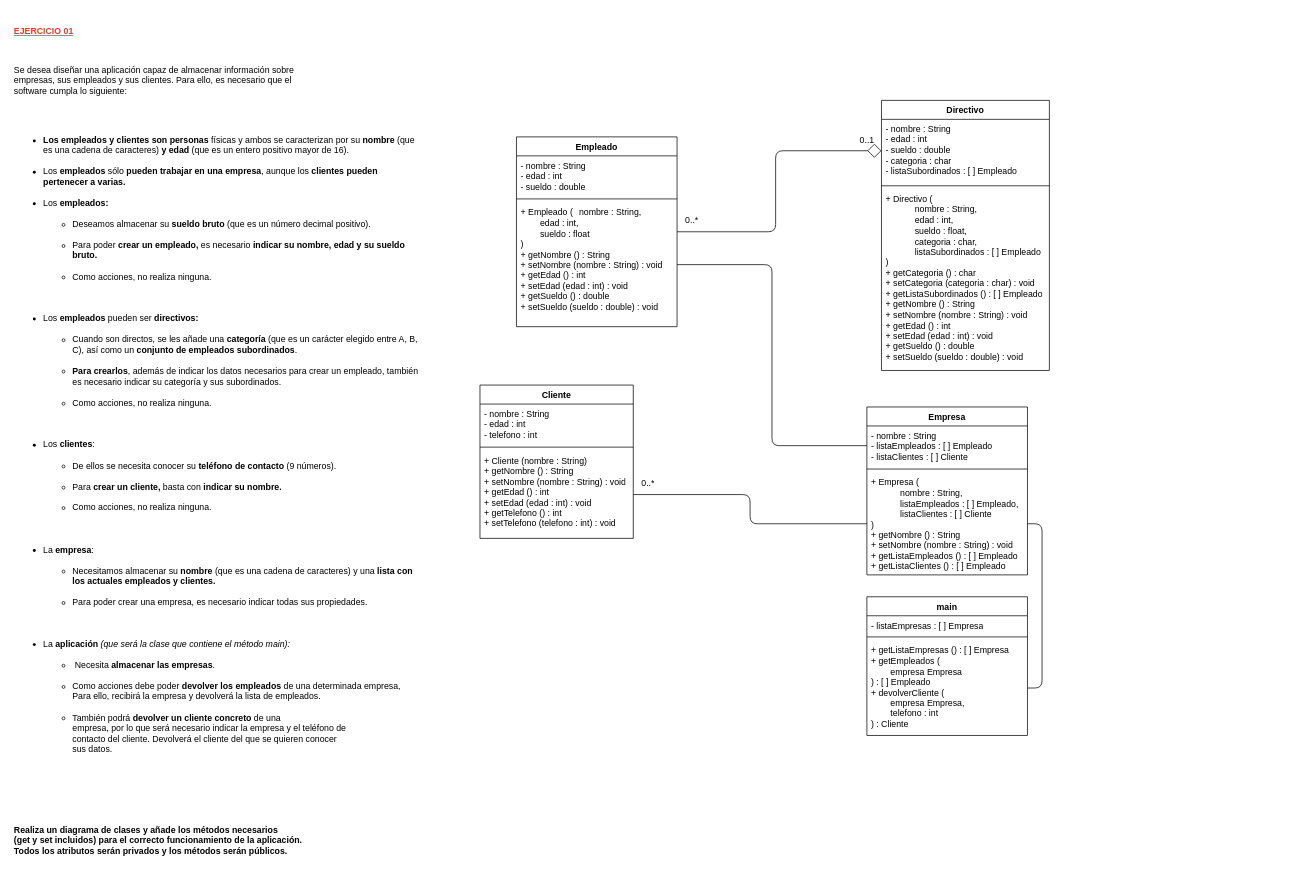
The draw.io diagram page "Page-1" (1 of 4) of Entornos/Diagramas de clase.drawio in fersanzenrique-cell/learningCode, before the edit. Source tidied: cells renumbered, new cells numbered last; positions are measured from the earlier drawing's top-left corner, leaving out a move shared by most shapes. Both pictures are drawn from the tidied source at 73%, with x=0, y=0 at pixel (12, 12).
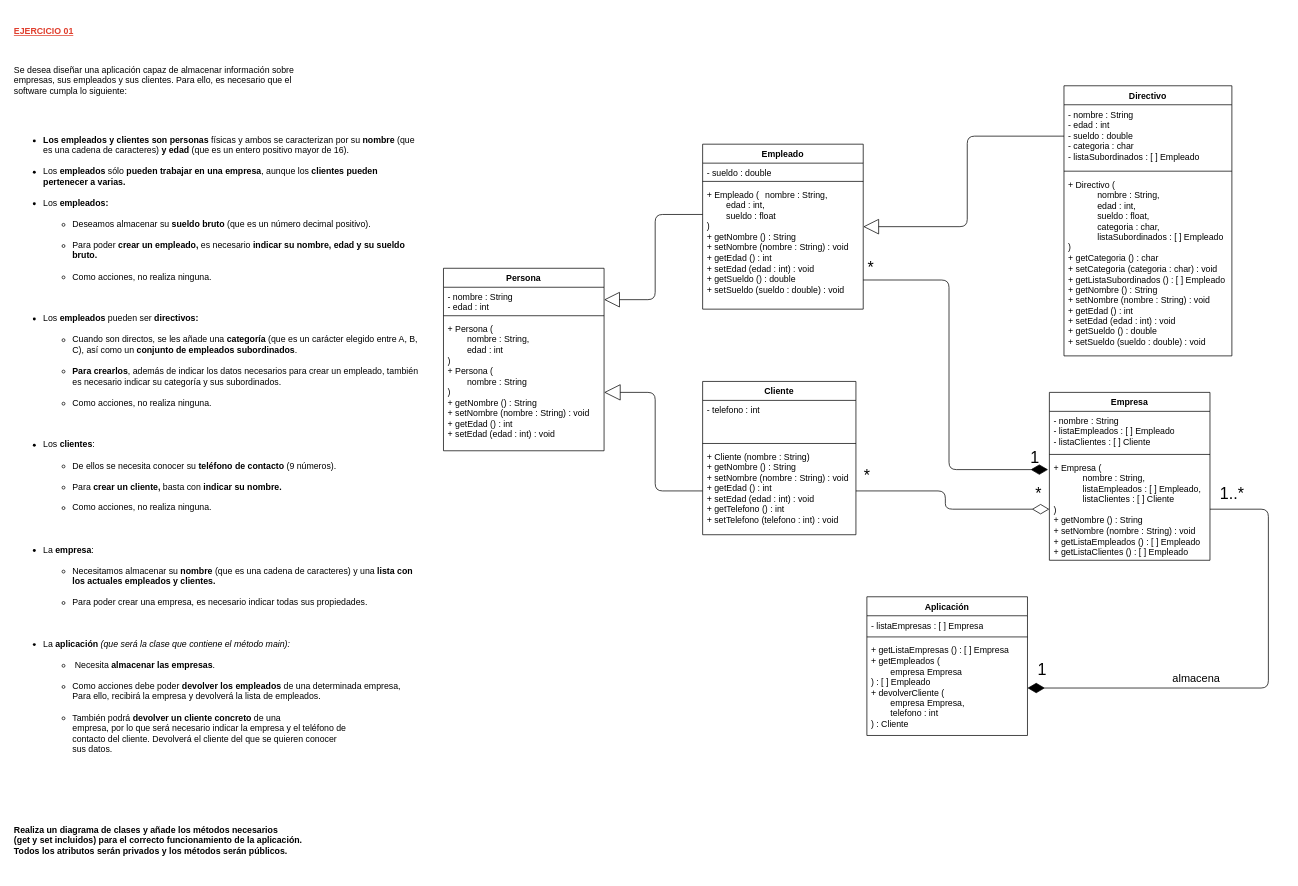
Above is the later version.

The change refers to these unchanged cells:
```xml
<mxCell id="9" value="- nombre : String&lt;br style=&quot;border-color: var(--border-color);&quot;&gt;- edad : int&lt;br style=&quot;border-color: var(--border-color);&quot;&gt;- sueldo : double&lt;br&gt;- categoria : char&lt;br&gt;- listaSubordinados : [ ] Empleado" style="text;strokeColor=none;fillColor=none;align=left;verticalAlign=top;spacingLeft=4;spacingRight=4;overflow=hidden;points=[[0,0.5],[1,0.5]];portConstraint=eastwest;whiteSpace=wrap;html=1;" parent="8" vertex="1">
  <mxGeometry y="26" width="230" height="86" as="geometry" />
</mxCell>
<mxCell id="15" value="+ Cliente (nombre : String)&lt;br&gt;+ getNombre () : String&lt;br style=&quot;border-color: var(--border-color);&quot;&gt;+ setNombre (nombre : String) : void&lt;br style=&quot;border-color: var(--border-color);&quot;&gt;+ getEdad () : int&lt;br style=&quot;border-color: var(--border-color);&quot;&gt;+ setEdad (edad : int) : void&lt;br style=&quot;border-color: var(--border-color);&quot;&gt;+ getTelefono () : int&lt;br style=&quot;border-color: var(--border-color);&quot;&gt;+ setTelefono (telefono : int) : void" style="text;strokeColor=none;fillColor=none;align=left;verticalAlign=top;spacingLeft=4;spacingRight=4;overflow=hidden;points=[[0,0.5],[1,0.5]];portConstraint=eastwest;whiteSpace=wrap;html=1;" parent="12" vertex="1">
  <mxGeometry y="90" width="210" height="120" as="geometry" />
</mxCell>
<mxCell id="17" value="- nombre : String&lt;br&gt;- listaEmpleados : [ ] Empleado&lt;br&gt;- listaClientes : [ ] Cliente" style="text;strokeColor=none;fillColor=none;align=left;verticalAlign=top;spacingLeft=4;spacingRight=4;overflow=hidden;points=[[0,0.5],[1,0.5]];portConstraint=eastwest;whiteSpace=wrap;html=1;" parent="16" vertex="1">
  <mxGeometry y="26" width="220" height="54" as="geometry" />
</mxCell>
<mxCell id="19" value="+ Empresa (&lt;br&gt;&lt;blockquote style=&quot;margin: 0 0 0 40px; border: none; padding: 0px;&quot;&gt;nombre : String,&lt;/blockquote&gt;&lt;blockquote style=&quot;margin: 0 0 0 40px; border: none; padding: 0px;&quot;&gt;listaEmpleados : [ ] Empleado,&lt;br&gt;listaClientes : [ ] Cliente&lt;/blockquote&gt;)&lt;br&gt;+ getNombre () : String&lt;br style=&quot;border-color: var(--border-color);&quot;&gt;+ setNombre (nombre : String) : void&lt;br&gt;+ getListaEmpleados () : [ ] Empleado&lt;br&gt;+ getListaClientes () : [ ] Empleado" style="text;strokeColor=none;fillColor=none;align=left;verticalAlign=top;spacingLeft=4;spacingRight=4;overflow=hidden;points=[[0,0.5],[1,0.5]];portConstraint=eastwest;whiteSpace=wrap;html=1;" parent="16" vertex="1">
  <mxGeometry y="90" width="220" height="140" as="geometry" />
</mxCell>
<mxCell id="23" value="+ getListaEmpresas () : [ ] Empresa&lt;br&gt;+ getEmpleados (&lt;br&gt;&lt;span style=&quot;white-space: pre;&quot;&gt;&#9;&lt;/span&gt;empresa Empresa&lt;br&gt;) : [ ] Empleado&lt;br&gt;+ devolverCliente (&lt;br&gt;&lt;span style=&quot;white-space: pre;&quot;&gt;&#9;&lt;/span&gt;empresa Empresa,&lt;br&gt;&lt;span style=&quot;white-space: pre;&quot;&gt;&#9;&lt;/span&gt;telefono : int&lt;br&gt;) : Cliente&amp;nbsp;" style="text;strokeColor=none;fillColor=none;align=left;verticalAlign=top;spacingLeft=4;spacingRight=4;overflow=hidden;points=[[0,0.5],[1,0.5]];portConstraint=eastwest;whiteSpace=wrap;html=1;" parent="20" vertex="1">
  <mxGeometry y="60" width="220" height="130" as="geometry" />
</mxCell>
```

Change to the diagram source:
```diff
@@
-    <mxCell id="3" style="edgeStyle=orthogonalEdgeStyle;rounded=1;jettySize=auto;html=1;entryX=0;entryY=0.5;entryDx=0;entryDy=0;endArrow=diamond;endFill=0;endSize=17;" parent="1" edge="1" source="4" target="9">
+    <mxCell id="3" style="edgeStyle=orthogonalEdgeStyle;rounded=1;jettySize=auto;html=1;entryX=0;entryY=0.5;entryDx=0;entryDy=0;endArrow=none;endFill=0;endSize=19;startArrow=block;startFill=0;targetPerimeterSpacing=0;startSize=19;" parent="1" edge="1" source="4" target="9">
       <mxGeometry relative="1" as="geometry" />
     </mxCell>
     <mxCell id="4" value="Empleado" style="swimlane;fontStyle=1;align=center;verticalAlign=top;horizontal=1;startSize=26;whiteSpace=wrap;html=1;" parent="1" vertex="1">
-      <mxGeometry x="690" y="170" width="220" height="260" as="geometry" />
+      <mxGeometry x="945" y="180" width="220" height="226" as="geometry" />
     </mxCell>
-    <mxCell id="5" value="- nombre : String&lt;br&gt;- edad : int&lt;br&gt;- sueldo : double" style="text;strokeColor=none;fillColor=none;align=left;verticalAlign=top;spacingLeft=4;spacingRight=4;overflow=hidden;whiteSpace=wrap;html=1;" parent="4" vertex="1">
-      <mxGeometry y="26" width="220" height="54" as="geometry" />
+    <mxCell id="5" value="- sueldo : double" style="text;strokeColor=none;fillColor=none;align=left;verticalAlign=top;spacingLeft=4;spacingRight=4;overflow=hidden;whiteSpace=wrap;html=1;" parent="4" vertex="1">
+      <mxGeometry y="26" width="220" height="20" as="geometry" />
     </mxCell>
     <mxCell id="6" style="line;strokeWidth=1;fillColor=none;align=left;verticalAlign=middle;spacingTop=-1;spacingLeft=3;spacingRight=3;labelPosition=right;strokeColor=inherit;" parent="4" vertex="1">
-      <mxGeometry y="80" width="220" height="10" as="geometry" />
+      <mxGeometry y="46" width="220" height="10" as="geometry" />
     </mxCell>
     <mxCell id="7" value="+ Empleado (&lt;span style=&quot;white-space: pre;&quot;&gt;&#9;&lt;/span&gt;nombre : String,&lt;br&gt;&lt;span style=&quot;white-space: pre;&quot;&gt;&#9;&lt;/span&gt;edad : int,&lt;br&gt;&lt;span style=&quot;white-space: pre;&quot;&gt;&#9;&lt;/span&gt;sueldo : float&lt;br&gt;)&lt;br&gt;+ getNombre () : String&lt;br&gt;+ setNombre (nombre : String) : void&lt;br&gt;+ getEdad () : int&lt;br&gt;+ setEdad (edad : int) : void&lt;br&gt;+ getSueldo () : double&lt;br&gt;+ setSueldo (sueldo : double) : void" style="text;strokeColor=none;fillColor=none;align=left;verticalAlign=top;spacingLeft=4;spacingRight=4;overflow=hidden;points=[[0,0.5],[1,0.5]];portConstraint=eastwest;whiteSpace=wrap;html=1;" parent="4" vertex="1">
-      <mxGeometry y="90" width="220" height="170" as="geometry" />
+      <mxGeometry y="56" width="220" height="170" as="geometry" />
     </mxCell>
     <mxCell id="8" value="Directivo" style="swimlane;fontStyle=1;align=center;verticalAlign=top;horizontal=1;startSize=26;whiteSpace=wrap;html=1;" parent="1" vertex="1">
-      <mxGeometry x="1190" y="120" width="230" height="370" as="geometry" />
+      <mxGeometry x="1440" y="100" width="230" height="370" as="geometry" />
     </mxCell>
@@
     <mxCell id="12" value="Cliente" style="swimlane;fontStyle=1;align=center;verticalAlign=top;horizontal=1;startSize=26;whiteSpace=wrap;html=1;" parent="1" vertex="1">
-      <mxGeometry x="640" y="510" width="210" height="210" as="geometry" />
+      <mxGeometry x="945" y="505" width="210" height="210" as="geometry" />
     </mxCell>
-    <mxCell id="13" value="- nombre : String&lt;br&gt;- edad : int&lt;br&gt;- telefono : int" style="text;strokeColor=none;fillColor=none;align=left;verticalAlign=top;spacingLeft=4;spacingRight=4;overflow=hidden;whiteSpace=wrap;html=1;" parent="12" vertex="1">
+    <mxCell id="13" value="- telefono : int" style="text;strokeColor=none;fillColor=none;align=left;verticalAlign=top;spacingLeft=4;spacingRight=4;overflow=hidden;whiteSpace=wrap;html=1;" parent="12" vertex="1">
       <mxGeometry y="26" width="210" height="54" as="geometry" />
     </mxCell>
@@
     <mxCell id="16" value="Empresa" style="swimlane;fontStyle=1;align=center;verticalAlign=top;horizontal=1;startSize=26;whiteSpace=wrap;html=1;" parent="1" vertex="1">
-      <mxGeometry x="1170" y="540" width="220" height="230" as="geometry" />
+      <mxGeometry x="1420" y="520" width="220" height="230" as="geometry" />
     </mxCell>
@@
-    <mxCell id="20" value="main" style="swimlane;fontStyle=1;align=center;verticalAlign=top;horizontal=1;startSize=26;whiteSpace=wrap;html=1;" parent="1" vertex="1">
+    <mxCell id="20" value="Aplicación" style="swimlane;fontStyle=1;align=center;verticalAlign=top;horizontal=1;startSize=26;whiteSpace=wrap;html=1;" parent="1" vertex="1">
       <mxGeometry x="1170" y="800" width="220" height="190" as="geometry" />
     </mxCell>
@@
-    <mxCell id="24" value="0..*" style="text;html=1;align=center;verticalAlign=middle;strokeColor=none;fillColor=none;" parent="1" vertex="1">
-      <mxGeometry x="910" y="270" width="40" height="30" as="geometry" />
-    </mxCell>
-    <mxCell id="25" value="0..1" style="text;html=1;align=center;verticalAlign=middle;strokeColor=none;fillColor=none;" parent="1" vertex="1">
-      <mxGeometry x="1150" y="160" width="40" height="30" as="geometry" />
-    </mxCell>
-    <mxCell id="26" style="edgeStyle=orthogonalEdgeStyle;jettySize=auto;html=1;exitX=1;exitY=0.5;exitDx=0;exitDy=0;entryX=0;entryY=0.5;entryDx=0;entryDy=0;rounded=1;endArrow=none;endFill=0;" parent="1" edge="1" source="15" target="19">
+    <mxCell id="26" style="edgeStyle=orthogonalEdgeStyle;jettySize=auto;html=1;exitX=1;exitY=0.5;exitDx=0;exitDy=0;entryX=0;entryY=0.5;entryDx=0;entryDy=0;rounded=1;endArrow=diamondThin;endFill=0;endSize=21;strokeWidth=1;" parent="1" edge="1" source="15" target="19">
       <mxGeometry relative="1" as="geometry" />
     </mxCell>
-    <mxCell id="27" style="edgeStyle=orthogonalEdgeStyle;jettySize=auto;html=1;exitX=1;exitY=0.5;exitDx=0;exitDy=0;entryX=0;entryY=0.5;entryDx=0;entryDy=0;rounded=1;endArrow=none;endFill=0;" parent="1" edge="1" source="7" target="17">
+    <mxCell id="27" style="edgeStyle=orthogonalEdgeStyle;jettySize=auto;html=1;exitX=1;exitY=0.765;exitDx=0;exitDy=0;entryX=-0.008;entryY=0.113;entryDx=0;entryDy=0;rounded=1;endArrow=diamondThin;endFill=1;entryPerimeter=0;strokeWidth=1;endSize=21;exitPerimeter=0;" parent="1" edge="1" source="7" target="19">
       <mxGeometry relative="1" as="geometry" />
     </mxCell>
-    <mxCell id="28" style="edgeStyle=orthogonalEdgeStyle;jettySize=auto;html=1;entryX=1;entryY=0.5;entryDx=0;entryDy=0;exitX=1;exitY=0.5;exitDx=0;exitDy=0;rounded=1;endArrow=none;endFill=0;" parent="1" edge="1" source="19" target="23">
-      <mxGeometry relative="1" as="geometry" />
+    <mxCell id="28" style="edgeStyle=orthogonalEdgeStyle;jettySize=auto;html=1;entryX=1;entryY=0.5;entryDx=0;entryDy=0;exitX=1;exitY=0.5;exitDx=0;exitDy=0;rounded=1;endArrow=diamondThin;endFill=1;endSize=21;" parent="1" edge="1" source="19" target="23">
+      <mxGeometry relative="1" as="geometry">
+        <Array as="points">
+          <mxPoint x="1720" y="680" />
+          <mxPoint x="1720" y="925" />
+        </Array>
+      </mxGeometry>
     </mxCell>
-    <mxCell id="29" value="0..*" style="text;html=1;align=center;verticalAlign=middle;strokeColor=none;fillColor=none;" parent="1" vertex="1">
-      <mxGeometry x="850" y="630" width="40" height="30" as="geometry" />
-    </mxCell>
+    <mxCell id="30" value="*" style="text;html=1;align=center;verticalAlign=middle;strokeColor=none;fillColor=none;fontSize=22;" parent="1" vertex="1">
+      <mxGeometry x="1155" y="615" width="30" height="40" as="geometry" />
+    </mxCell>
+    <mxCell id="31" value="*" style="text;html=1;align=center;verticalAlign=middle;strokeColor=none;fillColor=none;fontSize=22;" parent="1" vertex="1">
+      <mxGeometry x="1160" y="330" width="30" height="40" as="geometry" />
+    </mxCell>
+    <mxCell id="32" value="*" style="text;html=1;align=center;verticalAlign=middle;strokeColor=none;fillColor=none;fontSize=22;" parent="1" vertex="1">
+      <mxGeometry x="1390" y="640" width="30" height="40" as="geometry" />
+    </mxCell>
+    <mxCell id="33" value="1" style="text;html=1;align=center;verticalAlign=middle;strokeColor=none;fillColor=none;fontSize=22;" parent="1" vertex="1">
+      <mxGeometry x="1380" y="590" width="40" height="40" as="geometry" />
+    </mxCell>
+    <mxCell id="34" value="1..*" style="text;html=1;align=center;verticalAlign=middle;strokeColor=none;fillColor=none;fontSize=22;" parent="1" vertex="1">
+      <mxGeometry x="1640" y="640" width="60" height="40" as="geometry" />
+    </mxCell>
+    <mxCell id="35" value="1" style="text;html=1;align=center;verticalAlign=middle;strokeColor=none;fillColor=none;fontSize=22;" parent="1" vertex="1">
+      <mxGeometry x="1390" y="880" width="40" height="40" as="geometry" />
+    </mxCell>
+    <mxCell id="36" value="almacena" style="edgeLabel;html=1;align=center;verticalAlign=middle;fontSize=15;" parent="1" vertex="1">
+      <mxGeometry x="1620" y="910" as="geometry" />
+    </mxCell>
+    <mxCell id="37" value="Persona" style="swimlane;fontStyle=1;align=center;verticalAlign=top;horizontal=1;startSize=26;whiteSpace=wrap;html=1;" parent="1" vertex="1">
+      <mxGeometry x="590" y="350" width="220" height="250" as="geometry" />
+    </mxCell>
+    <mxCell id="38" value="- nombre : String&lt;br&gt;- edad : int" style="text;strokeColor=none;fillColor=none;align=left;verticalAlign=top;spacingLeft=4;spacingRight=4;overflow=hidden;points=[[0,0.5],[1,0.5]];portConstraint=eastwest;whiteSpace=wrap;html=1;" parent="37" vertex="1">
+      <mxGeometry y="26" width="220" height="34" as="geometry" />
+    </mxCell>
+    <mxCell id="39" style="line;strokeWidth=1;fillColor=none;align=left;verticalAlign=middle;spacingTop=-1;spacingLeft=3;spacingRight=3;labelPosition=right;strokeColor=inherit;" parent="37" vertex="1">
+      <mxGeometry y="60" width="220" height="10" as="geometry" />
+    </mxCell>
+    <mxCell id="40" value="+ Persona (&lt;span style=&quot;white-space: pre;&quot;&gt;&#9;&lt;/span&gt;&lt;br&gt;&lt;span style=&quot;white-space: pre;&quot;&gt;&#9;&lt;/span&gt;nombre : String,&lt;br&gt;&lt;span style=&quot;white-space: pre;&quot;&gt;&#9;&lt;/span&gt;edad : int&lt;br&gt;)&lt;br&gt;+ Persona (&lt;br&gt;&lt;span style=&quot;white-space: pre;&quot;&gt;&#9;&lt;/span&gt;nombre : String&lt;br&gt;)&lt;br&gt;+ getNombre () : String&lt;br&gt;+ setNombre (nombre : String) : void&lt;br&gt;+ getEdad () : int&lt;br&gt;+ setEdad (edad : int) : void" style="text;strokeColor=none;fillColor=none;align=left;verticalAlign=top;spacingLeft=4;spacingRight=4;overflow=hidden;whiteSpace=wrap;html=1;" parent="37" vertex="1">
+      <mxGeometry y="70" width="220" height="180" as="geometry" />
+    </mxCell>
+    <mxCell id="41" style="edgeStyle=orthogonalEdgeStyle;jettySize=auto;html=1;rounded=1;endArrow=none;endFill=0;endSize=21;strokeWidth=1;entryX=0;entryY=0.237;entryDx=0;entryDy=0;entryPerimeter=0;startArrow=block;startFill=0;startSize=19;exitX=1;exitY=0.5;exitDx=0;exitDy=0;" parent="1" edge="1" source="38" target="7">
+      <mxGeometry relative="1" as="geometry">
+        <Array as="points">
+          <mxPoint x="880" y="393" />
+          <mxPoint x="880" y="276" />
+        </Array>
+      </mxGeometry>
+    </mxCell>
+    <mxCell id="42" style="edgeStyle=orthogonalEdgeStyle;jettySize=auto;html=1;rounded=1;endArrow=none;endFill=0;endSize=21;strokeWidth=1;entryX=0;entryY=0.5;entryDx=0;entryDy=0;startArrow=block;startFill=0;startSize=20;" parent="1" edge="1" target="15">
+      <mxGeometry relative="1" as="geometry">
+        <mxPoint x="810" y="520" as="sourcePoint" />
+        <Array as="points">
+          <mxPoint x="880" y="520" />
+          <mxPoint x="880" y="655" />
+        </Array>
+      </mxGeometry>
+    </mxCell>
```
